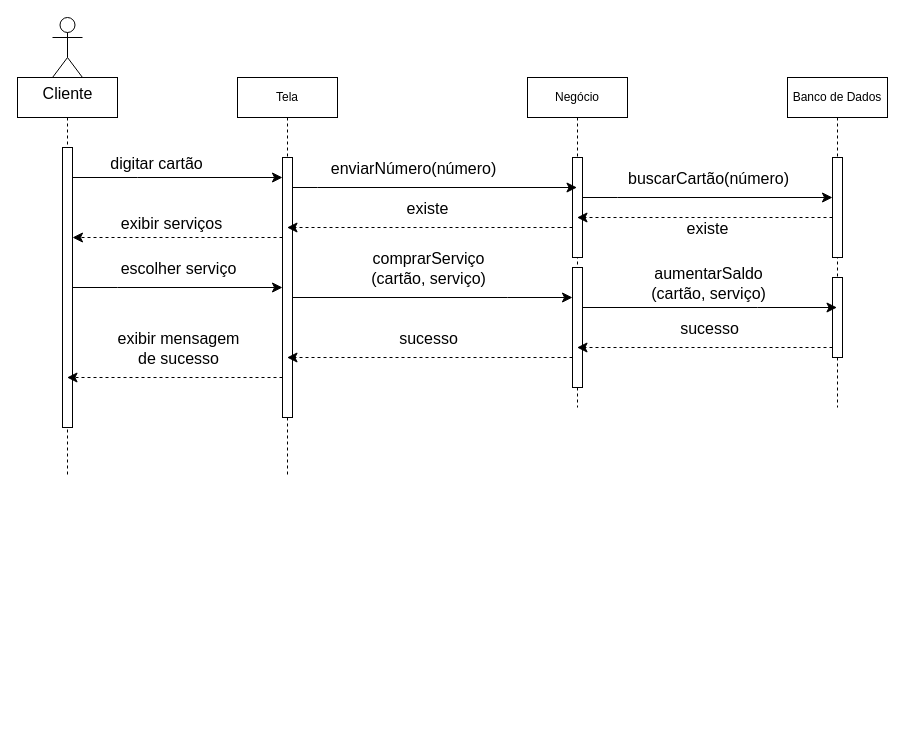
This is diagramas/sequencia/comprar_servico.drawio from rodolfoinfantini/projeto_integrador_2, a draw.io file, before an edit. Source tidied: cells renumbered, new cells numbered last; positions are measured from the earlier drawing's top-left corner, leaving out a move shared by most shapes. Both pictures are drawn from the tidied source at 100%, with x=0, y=0 at pixel (17, 17).
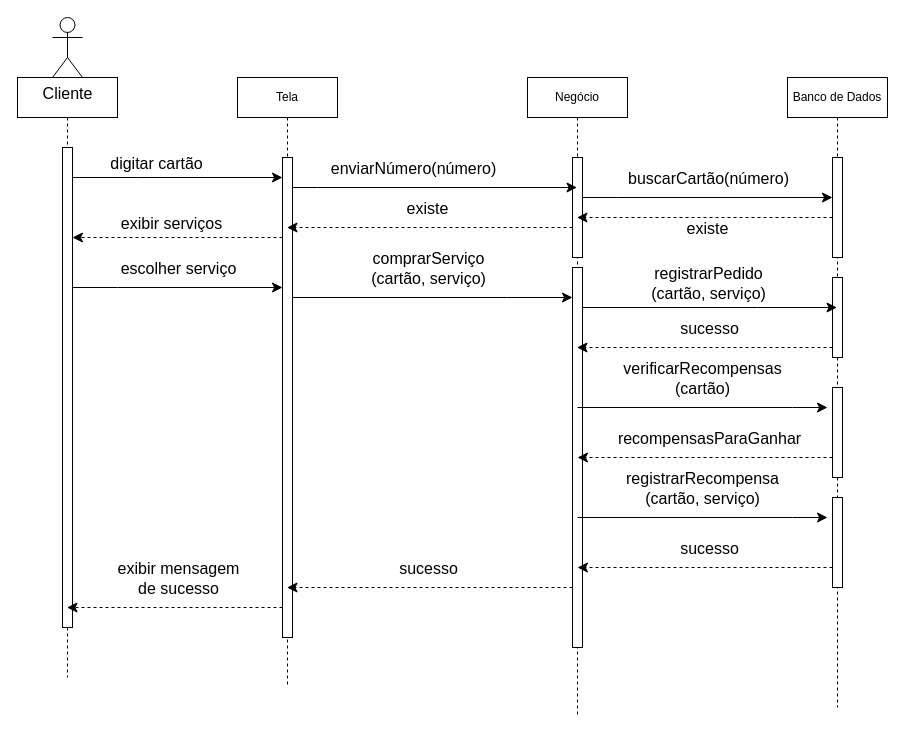
The same diagram, later.

The change refers to these unchanged cells:
```xml
<mxCell id="19" style="edgeStyle=elbowEdgeStyle;curved=0;rounded=0;jettySize=auto;html=1;elbow=vertical;fontSize=12;startSize=8;endSize=8;" parent="1" edge="1" source="11" target="12">
  <mxGeometry relative="1" as="geometry">
    <Array as="points">
      <mxPoint x="740" y="290" />
    </Array>
  </mxGeometry>
</mxCell>
```

Diff of the diagram source:
```diff
@@
     <mxCell id="2" style="shape=umlLifeline;perimeter=lifelinePerimeter;whiteSpace=wrap;html=1;newEdgeStyle={&quot;edgeStyle&quot;:&quot;elbowEdgeStyle&quot;,&quot;elbow&quot;:&quot;vertical&quot;,&quot;curved&quot;:0,&quot;rounded&quot;:0};" parent="1" vertex="1">
-      <mxGeometry y="60" width="100" height="400" as="geometry" />
+      <mxGeometry y="60" width="100" height="600" as="geometry" />
     </mxCell>
     <mxCell id="3" style="html=1;points=[];perimeter=orthogonalPerimeter;outlineConnect=0;targetShapes=umlLifeline;portConstraint=eastwest;newEdgeStyle={&quot;edgeStyle&quot;:&quot;elbowEdgeStyle&quot;,&quot;elbow&quot;:&quot;vertical&quot;,&quot;curved&quot;:0,&quot;rounded&quot;:0};" parent="2" vertex="1">
-      <mxGeometry x="45" y="70" width="10" height="280" as="geometry" />
+      <mxGeometry x="45" y="70" width="10" height="480" as="geometry" />
     </mxCell>
     <mxCell id="4" value="Tela" style="shape=umlLifeline;perimeter=lifelinePerimeter;whiteSpace=wrap;html=1;outlineConnect=0;portConstraint=eastwest;newEdgeStyle={&quot;edgeStyle&quot;:&quot;elbowEdgeStyle&quot;,&quot;elbow&quot;:&quot;vertical&quot;,&quot;curved&quot;:0,&quot;rounded&quot;:0};" parent="1" vertex="1">
-      <mxGeometry x="220" y="60" width="100" height="400" as="geometry" />
+      <mxGeometry x="220" y="60" width="100" height="610" as="geometry" />
     </mxCell>
     <mxCell id="5" style="html=1;points=[];perimeter=orthogonalPerimeter;outlineConnect=0;targetShapes=umlLifeline;portConstraint=eastwest;newEdgeStyle={&quot;edgeStyle&quot;:&quot;elbowEdgeStyle&quot;,&quot;elbow&quot;:&quot;vertical&quot;,&quot;curved&quot;:0,&quot;rounded&quot;:0};" parent="4" vertex="1">
-      <mxGeometry x="45" y="80" width="10" height="260" as="geometry" />
+      <mxGeometry x="45" y="80" width="10" height="480" as="geometry" />
     </mxCell>
@@
     <mxCell id="9" value="Negócio" style="shape=umlLifeline;perimeter=lifelinePerimeter;whiteSpace=wrap;html=1;outlineConnect=0;portConstraint=eastwest;newEdgeStyle={&quot;edgeStyle&quot;:&quot;elbowEdgeStyle&quot;,&quot;elbow&quot;:&quot;vertical&quot;,&quot;curved&quot;:0,&quot;rounded&quot;:0};" parent="1" vertex="1">
-      <mxGeometry x="510" y="60" width="100" height="330" as="geometry" />
+      <mxGeometry x="510" y="60" width="100" height="640" as="geometry" />
     </mxCell>
@@
     <mxCell id="11" style="html=1;points=[];perimeter=orthogonalPerimeter;outlineConnect=0;targetShapes=umlLifeline;portConstraint=eastwest;newEdgeStyle={&quot;edgeStyle&quot;:&quot;elbowEdgeStyle&quot;,&quot;elbow&quot;:&quot;vertical&quot;,&quot;curved&quot;:0,&quot;rounded&quot;:0};" parent="9" vertex="1">
-      <mxGeometry x="45" y="190" width="10" height="120" as="geometry" />
+      <mxGeometry x="45" y="190" width="10" height="380" as="geometry" />
     </mxCell>
     <mxCell id="12" value="Banco de Dados" style="shape=umlLifeline;perimeter=lifelinePerimeter;whiteSpace=wrap;html=1;outlineConnect=0;portConstraint=eastwest;newEdgeStyle={&quot;edgeStyle&quot;:&quot;elbowEdgeStyle&quot;,&quot;elbow&quot;:&quot;vertical&quot;,&quot;curved&quot;:0,&quot;rounded&quot;:0};" parent="1" vertex="1">
-      <mxGeometry x="770" y="60" width="100" height="330" as="geometry" />
+      <mxGeometry x="770" y="60" width="100" height="630" as="geometry" />
     </mxCell>
@@
+    <mxCell id="37" style="html=1;perimeter=orthogonalPerimeter;targetShapes=umlLifeline;newEdgeStyle={&quot;edgeStyle&quot;:&quot;elbowEdgeStyle&quot;,&quot;elbow&quot;:&quot;vertical&quot;,&quot;curved&quot;:0,&quot;rounded&quot;:0};" parent="12" vertex="1">
+      <mxGeometry x="45" y="310" width="10" height="90" as="geometry" />
+    </mxCell>
+    <mxCell id="38" style="html=1;perimeter=orthogonalPerimeter;targetShapes=umlLifeline;newEdgeStyle={&quot;edgeStyle&quot;:&quot;elbowEdgeStyle&quot;,&quot;elbow&quot;:&quot;vertical&quot;,&quot;curved&quot;:0,&quot;rounded&quot;:0};" parent="12" vertex="1">
+      <mxGeometry x="45" y="420" width="10" height="90" as="geometry" />
+    </mxCell>
@@
-    <mxCell id="20" value="&lt;div&gt;aumentarSaldo&lt;/div&gt;&lt;div&gt;(cartão, serviço)&lt;/div&gt;" style="edgeLabel;html=1;align=center;verticalAlign=middle;fontSize=16;" parent="19" vertex="1">
+    <mxCell id="20" value="&lt;div&gt;registrarPedido&lt;/div&gt;&lt;div&gt;(cartão, serviço)&lt;/div&gt;" style="edgeLabel;html=1;align=center;verticalAlign=middle;fontSize=16;" parent="19" vertex="1">
       <mxGeometry x="-0.43" y="1" relative="1" as="geometry">
         <mxPoint x="52" y="-24" as="offset" />
       </mxGeometry>
     </mxCell>
@@
     <mxCell id="33" style="edgeStyle=elbowEdgeStyle;curved=0;rounded=0;jettySize=auto;html=1;elbow=vertical;fontSize=12;startSize=8;endSize=8;dashed=1;" parent="1" edge="1" source="11" target="4">
       <mxGeometry relative="1" as="geometry">
         <Array as="points">
+          <mxPoint x="500" y="570" />
+          <mxPoint x="380" y="550" />
           <mxPoint x="360" y="340" />
         </Array>
       </mxGeometry>
     </mxCell>
@@
     <mxCell id="35" style="edgeStyle=elbowEdgeStyle;curved=0;rounded=0;orthogonalLoop=1;jettySize=auto;html=1;elbow=vertical;fontSize=12;startSize=8;endSize=8;dashed=1;" parent="1" edge="1">
       <mxGeometry relative="1" as="geometry">
-        <mxPoint x="265" y="360" as="sourcePoint" />
-        <mxPoint x="49.5" y="360" as="targetPoint" />
+        <mxPoint x="265" y="590" as="sourcePoint" />
+        <mxPoint x="49.5" y="590" as="targetPoint" />
       </mxGeometry>
     </mxCell>
@@
+    <mxCell id="39" style="edgeStyle=elbowEdgeStyle;curved=0;rounded=0;orthogonalLoop=1;jettySize=auto;html=1;elbow=vertical;fontSize=12;startSize=8;endSize=8;" parent="1" edge="1">
+      <mxGeometry relative="1" as="geometry">
+        <mxPoint x="560" y="390" as="sourcePoint" />
+        <mxPoint x="810" y="390" as="targetPoint" />
+        <Array as="points">
+          <mxPoint x="775" y="390" />
+          <mxPoint x="695" y="400" />
+        </Array>
+      </mxGeometry>
+    </mxCell>
+    <mxCell id="40" value="&lt;div&gt;verificarRecompensas&lt;/div&gt;&lt;div&gt;(cartão)&lt;/div&gt;" style="edgeLabel;html=1;align=center;verticalAlign=middle;fontSize=16;" parent="39" vertex="1">
+      <mxGeometry x="-0.28" relative="1" as="geometry">
+        <mxPoint x="34" y="-30" as="offset" />
+      </mxGeometry>
+    </mxCell>
+    <mxCell id="41" style="edgeStyle=elbowEdgeStyle;curved=0;rounded=0;orthogonalLoop=1;jettySize=auto;html=1;elbow=vertical;fontSize=12;startSize=8;endSize=8;dashed=1;" parent="1" edge="1">
+      <mxGeometry relative="1" as="geometry">
+        <mxPoint x="815" y="440" as="sourcePoint" />
+        <mxPoint x="560" y="440" as="targetPoint" />
+        <Array as="points">
+          <mxPoint x="740" y="440" />
+        </Array>
+      </mxGeometry>
+    </mxCell>
+    <mxCell id="42" value="recompensasParaGanhar" style="edgeLabel;html=1;align=center;verticalAlign=middle;fontSize=16;" parent="41" vertex="1">
+      <mxGeometry x="0.06" y="4" relative="1" as="geometry">
+        <mxPoint x="11" y="-24" as="offset" />
+      </mxGeometry>
+    </mxCell>
+    <mxCell id="43" style="edgeStyle=elbowEdgeStyle;curved=0;rounded=0;orthogonalLoop=1;jettySize=auto;html=1;elbow=vertical;fontSize=12;startSize=8;endSize=8;" parent="1" edge="1">
+      <mxGeometry relative="1" as="geometry">
+        <mxPoint x="560" y="500" as="sourcePoint" />
+        <mxPoint x="810" y="500" as="targetPoint" />
+        <Array as="points">
+          <mxPoint x="775" y="500" />
+          <mxPoint x="695" y="510" />
+        </Array>
+      </mxGeometry>
+    </mxCell>
+    <mxCell id="44" value="&lt;div&gt;registrarRecompensa&lt;/div&gt;&lt;div&gt;(cartão, serviço)&lt;/div&gt;" style="edgeLabel;html=1;align=center;verticalAlign=middle;fontSize=16;" parent="43" vertex="1">
+      <mxGeometry x="-0.28" relative="1" as="geometry">
+        <mxPoint x="34" y="-30" as="offset" />
+      </mxGeometry>
+    </mxCell>
+    <mxCell id="45" style="edgeStyle=elbowEdgeStyle;curved=0;rounded=0;orthogonalLoop=1;jettySize=auto;html=1;elbow=vertical;fontSize=12;startSize=8;endSize=8;dashed=1;" parent="1" edge="1">
+      <mxGeometry relative="1" as="geometry">
+        <mxPoint x="815" y="550" as="sourcePoint" />
+        <mxPoint x="560" y="550" as="targetPoint" />
+        <Array as="points">
+          <mxPoint x="740" y="550" />
+        </Array>
+      </mxGeometry>
+    </mxCell>
+    <mxCell id="46" value="sucesso" style="edgeLabel;html=1;align=center;verticalAlign=middle;fontSize=16;" parent="45" vertex="1">
+      <mxGeometry x="0.06" y="4" relative="1" as="geometry">
+        <mxPoint x="11" y="-24" as="offset" />
+      </mxGeometry>
+    </mxCell>
```
